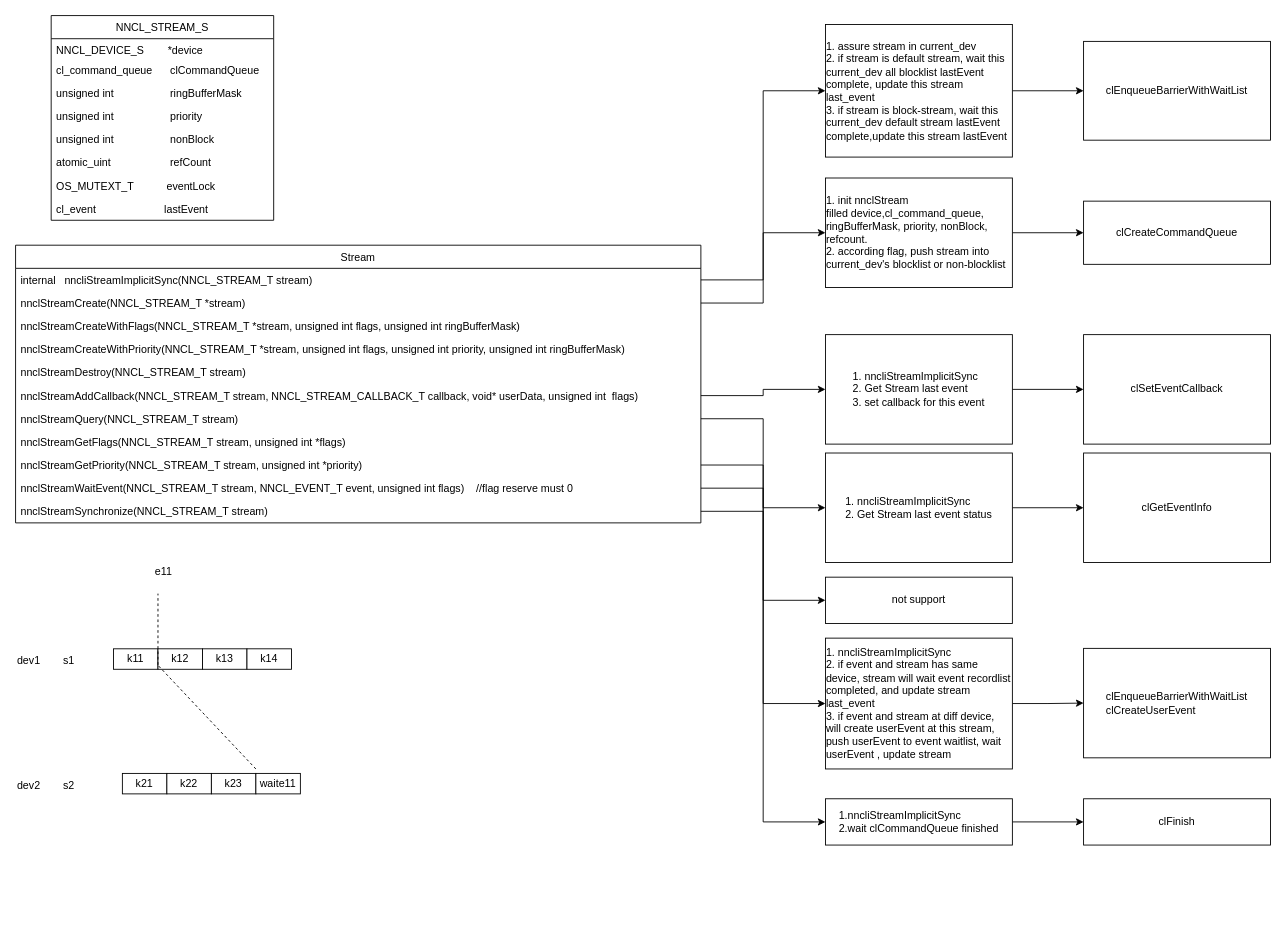
Before: page "stream" (3 of 4) of streamevent.drawio in sudocloud/draw.io, a draw.io diagram. Source tidied: cells renumbered, new cells numbered last; positions are measured from the earlier drawing's top-left corner, leaving out a move shared by most shapes. Both pictures are drawn from the tidied source at 89%, with x=0, y=0 at pixel (15, 15).
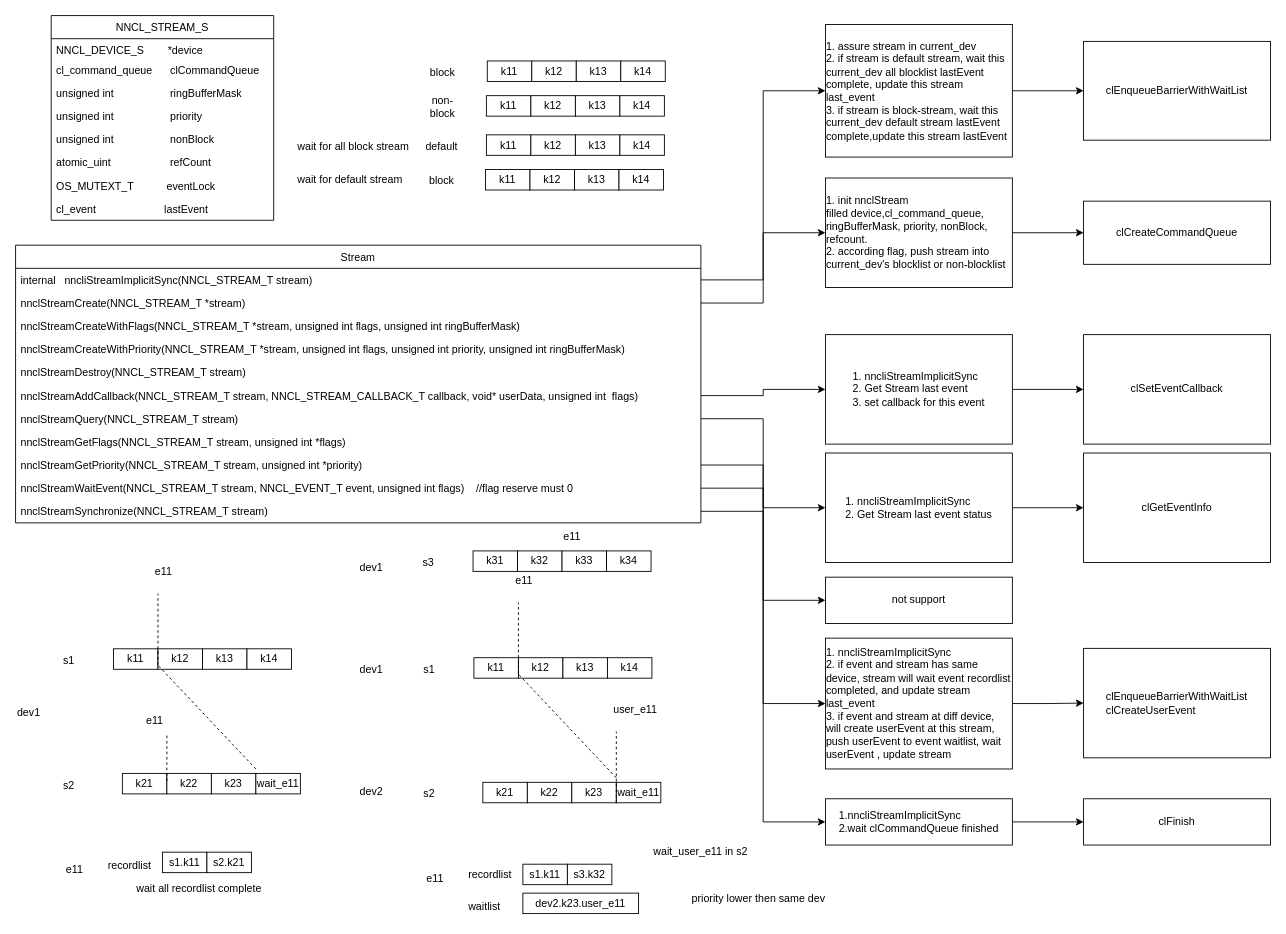
The same page after the edit.

The edit, as a diff of the source:
```diff
@@
-    <mxCell id="58" value="waite11" style="rounded=0;whiteSpace=wrap;html=1;" parent="1" vertex="1">
+    <mxCell id="58" value="wait_e11" style="rounded=0;whiteSpace=wrap;html=1;" parent="1" vertex="1">
       <mxGeometry x="270" y="851.5" width="50" height="23" as="geometry" />
     </mxCell>
@@
     <mxCell id="62" value="dev1" style="text;html=1;align=left;verticalAlign=top;spacingTop=-4;" parent="1" vertex="1">
-      <mxGeometry y="714.5" width="40" height="20" as="geometry" />
+      <mxGeometry y="772.5" width="40" height="20" as="geometry" />
     </mxCell>
+    <mxCell id="64" style="endArrow=none;dashed=1;html=1;" parent="1" edge="1">
+      <mxGeometry relative="1" as="geometry">
+        <mxPoint x="170" y="860" as="sourcePoint" />
+        <mxPoint x="170" y="808.5" as="targetPoint" />
+      </mxGeometry>
+    </mxCell>
+    <mxCell id="65" value="e11" style="text;html=1;align=left;verticalAlign=top;spacingTop=-4;" parent="1" vertex="1">
+      <mxGeometry x="145" y="783" width="30" height="20" as="geometry" />
+    </mxCell>
+    <mxCell id="66" value="s1.k11" style="rounded=0;whiteSpace=wrap;html=1;" parent="1" vertex="1">
+      <mxGeometry x="165" y="940" width="50" height="23" as="geometry" />
+    </mxCell>
+    <mxCell id="67" value="s2.k21" style="rounded=0;whiteSpace=wrap;html=1;" parent="1" vertex="1">
+      <mxGeometry x="215" y="940" width="50" height="23" as="geometry" />
+    </mxCell>
+    <mxCell id="68" value="e11" style="text;html=1;" parent="1" vertex="1">
+      <mxGeometry x="55" y="946" width="40" height="30" as="geometry" />
+    </mxCell>
+    <mxCell id="69" value="recordlist" style="text;html=1;align=left;verticalAlign=top;spacingTop=-4;" parent="1" vertex="1">
+      <mxGeometry x="102" y="945" width="60" height="20" as="geometry" />
+    </mxCell>
+    <mxCell id="70" value="k11" style="rounded=0;whiteSpace=wrap;html=1;" parent="1" vertex="1">
+      <mxGeometry x="515" y="721.5" width="50" height="23" as="geometry" />
+    </mxCell>
+    <mxCell id="71" value="k12" style="rounded=0;whiteSpace=wrap;html=1;" parent="1" vertex="1">
+      <mxGeometry x="565" y="721.5" width="50" height="23" as="geometry" />
+    </mxCell>
+    <mxCell id="72" value="k13" style="rounded=0;whiteSpace=wrap;html=1;" parent="1" vertex="1">
+      <mxGeometry x="615" y="721.5" width="50" height="23" as="geometry" />
+    </mxCell>
+    <mxCell id="73" value="k14" style="rounded=0;whiteSpace=wrap;html=1;" parent="1" vertex="1">
+      <mxGeometry x="665" y="721.5" width="50" height="23" as="geometry" />
+    </mxCell>
+    <mxCell id="74" value="s1" style="text;html=1;strokeColor=none;fillColor=none;align=center;verticalAlign=middle;whiteSpace=wrap;rounded=0;" parent="1" vertex="1">
+      <mxGeometry x="445" y="724.5" width="40" height="20" as="geometry" />
+    </mxCell>
+    <mxCell id="75" style="endArrow=none;dashed=1;html=1;" parent="1" edge="1">
+      <mxGeometry relative="1" as="geometry">
+        <mxPoint x="565" y="739.5" as="sourcePoint" />
+        <mxPoint x="565" y="659.5" as="targetPoint" />
+      </mxGeometry>
+    </mxCell>
+    <mxCell id="76" value="k21" style="rounded=0;whiteSpace=wrap;html=1;" parent="1" vertex="1">
+      <mxGeometry x="525" y="861.5" width="50" height="23" as="geometry" />
+    </mxCell>
+    <mxCell id="77" value="k22" style="rounded=0;whiteSpace=wrap;html=1;" parent="1" vertex="1">
+      <mxGeometry x="575" y="861.5" width="50" height="23" as="geometry" />
+    </mxCell>
+    <mxCell id="78" value="k23" style="rounded=0;whiteSpace=wrap;html=1;" parent="1" vertex="1">
+      <mxGeometry x="625" y="861.5" width="50" height="23" as="geometry" />
+    </mxCell>
+    <mxCell id="79" value="wait_e11" style="rounded=0;whiteSpace=wrap;html=1;" parent="1" vertex="1">
+      <mxGeometry x="675" y="861.5" width="50" height="23" as="geometry" />
+    </mxCell>
+    <mxCell id="80" value="s2" style="text;html=1;strokeColor=none;fillColor=none;align=center;verticalAlign=middle;whiteSpace=wrap;rounded=0;" parent="1" vertex="1">
+      <mxGeometry x="445" y="864.5" width="40" height="20" as="geometry" />
+    </mxCell>
+    <mxCell id="81" value="e11" style="text;html=1;align=left;verticalAlign=top;spacingTop=-4;" parent="1" vertex="1">
+      <mxGeometry x="560" y="624.5" width="30" height="20" as="geometry" />
+    </mxCell>
+    <mxCell id="82" style="endArrow=none;dashed=1;html=1;" parent="1" edge="1">
+      <mxGeometry relative="1" as="geometry">
+        <mxPoint x="675" y="856.5" as="sourcePoint" />
+        <mxPoint x="565" y="740" as="targetPoint" />
+      </mxGeometry>
+    </mxCell>
+    <mxCell id="83" value="dev1" style="text;html=1;align=left;verticalAlign=top;spacingTop=-4;" parent="1" vertex="1">
+      <mxGeometry x="385" y="724.5" width="40" height="20" as="geometry" />
+    </mxCell>
+    <mxCell id="84" value="e11" style="text;html=1;" parent="1" vertex="1">
+      <mxGeometry x="460" y="956" width="40" height="30" as="geometry" />
+    </mxCell>
+    <mxCell id="85" value="recordlist" style="text;html=1;align=left;verticalAlign=top;spacingTop=-4;" parent="1" vertex="1">
+      <mxGeometry x="507" y="955" width="60" height="20" as="geometry" />
+    </mxCell>
+    <mxCell id="86" value="dev2.k23.user_e11" style="rounded=0;whiteSpace=wrap;html=1;" parent="1" vertex="1">
+      <mxGeometry x="570" y="986" width="130" height="23" as="geometry" />
+    </mxCell>
+    <mxCell id="87" value="waitlist" style="text;html=1;align=left;verticalAlign=top;spacingTop=-4;" parent="1" vertex="1">
+      <mxGeometry x="507" y="991" width="50" height="20" as="geometry" />
+    </mxCell>
     <mxCell id="63" value="dev2" style="text;html=1;align=left;verticalAlign=top;spacingTop=-4;" parent="1" vertex="1">
-      <mxGeometry y="854.5" width="40" height="20" as="geometry" />
+      <mxGeometry x="385" y="861.5" width="40" height="20" as="geometry" />
     </mxCell>
+    <mxCell id="88" value="wait all recordlist complete" style="text;html=1;align=left;verticalAlign=top;spacingTop=-4;" parent="1" vertex="1">
+      <mxGeometry x="134" y="971" width="160" height="20" as="geometry" />
+    </mxCell>
+    <mxCell id="89" style="endArrow=none;dashed=1;html=1;" parent="1" edge="1">
+      <mxGeometry relative="1" as="geometry">
+        <mxPoint x="675" y="884.5" as="sourcePoint" />
+        <mxPoint x="675" y="804.5" as="targetPoint" />
+      </mxGeometry>
+    </mxCell>
+    <mxCell id="90" value="user_e11" style="text;html=1;align=left;verticalAlign=top;spacingTop=-4;" parent="1" vertex="1">
+      <mxGeometry x="670" y="769.5" width="60" height="20" as="geometry" />
+    </mxCell>
+    <mxCell id="91" value="wait_user_e11 in s2" style="text;html=1;align=left;verticalAlign=top;spacingTop=-4;" parent="1" vertex="1">
+      <mxGeometry x="715" y="930" width="120" height="20" as="geometry" />
+    </mxCell>
+    <mxCell id="92" value="k11" style="rounded=0;whiteSpace=wrap;html=1;" parent="1" vertex="1">
+      <mxGeometry x="530" y="51" width="50" height="23" as="geometry" />
+    </mxCell>
+    <mxCell id="93" value="k12" style="rounded=0;whiteSpace=wrap;html=1;" parent="1" vertex="1">
+      <mxGeometry x="580" y="51" width="50" height="23" as="geometry" />
+    </mxCell>
+    <mxCell id="94" value="k13" style="rounded=0;whiteSpace=wrap;html=1;" parent="1" vertex="1">
+      <mxGeometry x="630" y="51" width="50" height="23" as="geometry" />
+    </mxCell>
+    <mxCell id="95" value="k14" style="rounded=0;whiteSpace=wrap;html=1;" parent="1" vertex="1">
+      <mxGeometry x="680" y="51" width="50" height="23" as="geometry" />
+    </mxCell>
+    <mxCell id="96" value="block" style="text;html=1;strokeColor=none;fillColor=none;align=center;verticalAlign=middle;whiteSpace=wrap;rounded=0;" parent="1" vertex="1">
+      <mxGeometry x="460" y="54" width="40" height="20" as="geometry" />
+    </mxCell>
+    <mxCell id="97" value="k11" style="rounded=0;whiteSpace=wrap;html=1;" parent="1" vertex="1">
+      <mxGeometry x="529" y="90" width="50" height="23" as="geometry" />
+    </mxCell>
+    <mxCell id="98" value="k12" style="rounded=0;whiteSpace=wrap;html=1;" parent="1" vertex="1">
+      <mxGeometry x="579" y="90" width="50" height="23" as="geometry" />
+    </mxCell>
+    <mxCell id="99" value="k13" style="rounded=0;whiteSpace=wrap;html=1;" parent="1" vertex="1">
+      <mxGeometry x="629" y="90" width="50" height="23" as="geometry" />
+    </mxCell>
+    <mxCell id="100" value="k14" style="rounded=0;whiteSpace=wrap;html=1;" parent="1" vertex="1">
+      <mxGeometry x="679" y="90" width="50" height="23" as="geometry" />
+    </mxCell>
+    <mxCell id="101" value="non-block" style="text;html=1;strokeColor=none;fillColor=none;align=center;verticalAlign=middle;whiteSpace=wrap;rounded=0;" parent="1" vertex="1">
+      <mxGeometry x="460" y="93" width="40" height="20" as="geometry" />
+    </mxCell>
+    <mxCell id="102" value="k11" style="rounded=0;whiteSpace=wrap;html=1;" parent="1" vertex="1">
+      <mxGeometry x="529" y="134" width="50" height="23" as="geometry" />
+    </mxCell>
+    <mxCell id="103" value="k12" style="rounded=0;whiteSpace=wrap;html=1;" parent="1" vertex="1">
+      <mxGeometry x="579" y="134" width="50" height="23" as="geometry" />
+    </mxCell>
+    <mxCell id="104" value="k13" style="rounded=0;whiteSpace=wrap;html=1;" parent="1" vertex="1">
+      <mxGeometry x="629" y="134" width="50" height="23" as="geometry" />
+    </mxCell>
+    <mxCell id="105" value="k14" style="rounded=0;whiteSpace=wrap;html=1;" parent="1" vertex="1">
+      <mxGeometry x="679" y="134" width="50" height="23" as="geometry" />
+    </mxCell>
+    <mxCell id="106" value="default" style="text;html=1;strokeColor=none;fillColor=none;align=center;verticalAlign=middle;whiteSpace=wrap;rounded=0;" parent="1" vertex="1">
+      <mxGeometry x="459" y="137" width="40" height="20" as="geometry" />
+    </mxCell>
+    <mxCell id="107" value="k11" style="rounded=0;whiteSpace=wrap;html=1;" parent="1" vertex="1">
+      <mxGeometry x="528" y="173" width="50" height="23" as="geometry" />
+    </mxCell>
+    <mxCell id="108" value="k12" style="rounded=0;whiteSpace=wrap;html=1;" parent="1" vertex="1">
+      <mxGeometry x="578" y="173" width="50" height="23" as="geometry" />
+    </mxCell>
+    <mxCell id="109" value="k13" style="rounded=0;whiteSpace=wrap;html=1;" parent="1" vertex="1">
+      <mxGeometry x="628" y="173" width="50" height="23" as="geometry" />
+    </mxCell>
+    <mxCell id="110" value="k14" style="rounded=0;whiteSpace=wrap;html=1;" parent="1" vertex="1">
+      <mxGeometry x="678" y="173" width="50" height="23" as="geometry" />
+    </mxCell>
+    <mxCell id="111" value="block" style="text;html=1;strokeColor=none;fillColor=none;align=center;verticalAlign=middle;whiteSpace=wrap;rounded=0;" parent="1" vertex="1">
+      <mxGeometry x="459" y="176" width="40" height="20" as="geometry" />
+    </mxCell>
+    <mxCell id="112" value="wait for all block stream" style="text;html=1;align=left;verticalAlign=top;spacingTop=-4;" parent="1" vertex="1">
+      <mxGeometry x="315" y="137" width="140" height="20" as="geometry" />
+    </mxCell>
+    <mxCell id="113" value="wait for default stream" style="text;html=1;align=left;verticalAlign=top;spacingTop=-4;" parent="1" vertex="1">
+      <mxGeometry x="315" y="174.5" width="130" height="20" as="geometry" />
+    </mxCell>
+    <mxCell id="114" value="k31" style="rounded=0;whiteSpace=wrap;html=1;" parent="1" vertex="1">
+      <mxGeometry x="514" y="601.5" width="50" height="23" as="geometry" />
+    </mxCell>
+    <mxCell id="115" value="k32" style="rounded=0;whiteSpace=wrap;html=1;" parent="1" vertex="1">
+      <mxGeometry x="564" y="601.5" width="50" height="23" as="geometry" />
+    </mxCell>
+    <mxCell id="116" value="k33" style="rounded=0;whiteSpace=wrap;html=1;" parent="1" vertex="1">
+      <mxGeometry x="614" y="601.5" width="50" height="23" as="geometry" />
+    </mxCell>
+    <mxCell id="117" value="k34" style="rounded=0;whiteSpace=wrap;html=1;" parent="1" vertex="1">
+      <mxGeometry x="664" y="601.5" width="50" height="23" as="geometry" />
+    </mxCell>
+    <mxCell id="118" value="s3" style="text;html=1;strokeColor=none;fillColor=none;align=center;verticalAlign=middle;whiteSpace=wrap;rounded=0;" parent="1" vertex="1">
+      <mxGeometry x="444" y="604.5" width="40" height="20" as="geometry" />
+    </mxCell>
+    <mxCell id="119" value="e11" style="text;html=1;align=left;verticalAlign=top;spacingTop=-4;" parent="1" vertex="1">
+      <mxGeometry x="614" y="576" width="30" height="20" as="geometry" />
+    </mxCell>
+    <mxCell id="120" value="s1.k11" style="rounded=0;whiteSpace=wrap;html=1;" parent="1" vertex="1">
+      <mxGeometry x="570" y="953.5" width="50" height="23" as="geometry" />
+    </mxCell>
+    <mxCell id="121" value="s3.k32" style="rounded=0;whiteSpace=wrap;html=1;" parent="1" vertex="1">
+      <mxGeometry x="620" y="953.5" width="50" height="23" as="geometry" />
+    </mxCell>
+    <mxCell id="122" value="dev1" style="text;html=1;align=left;verticalAlign=top;spacingTop=-4;" parent="1" vertex="1">
+      <mxGeometry x="384.5" y="611" width="40" height="20" as="geometry" />
+    </mxCell>
+    <mxCell id="123" value="priority lower then same dev&lt;br&gt;&lt;br&gt;" style="text;html=1;align=left;verticalAlign=top;spacingTop=-4;" parent="1" vertex="1">
+      <mxGeometry x="758" y="982" width="170" height="30" as="geometry" />
+    </mxCell>
```
